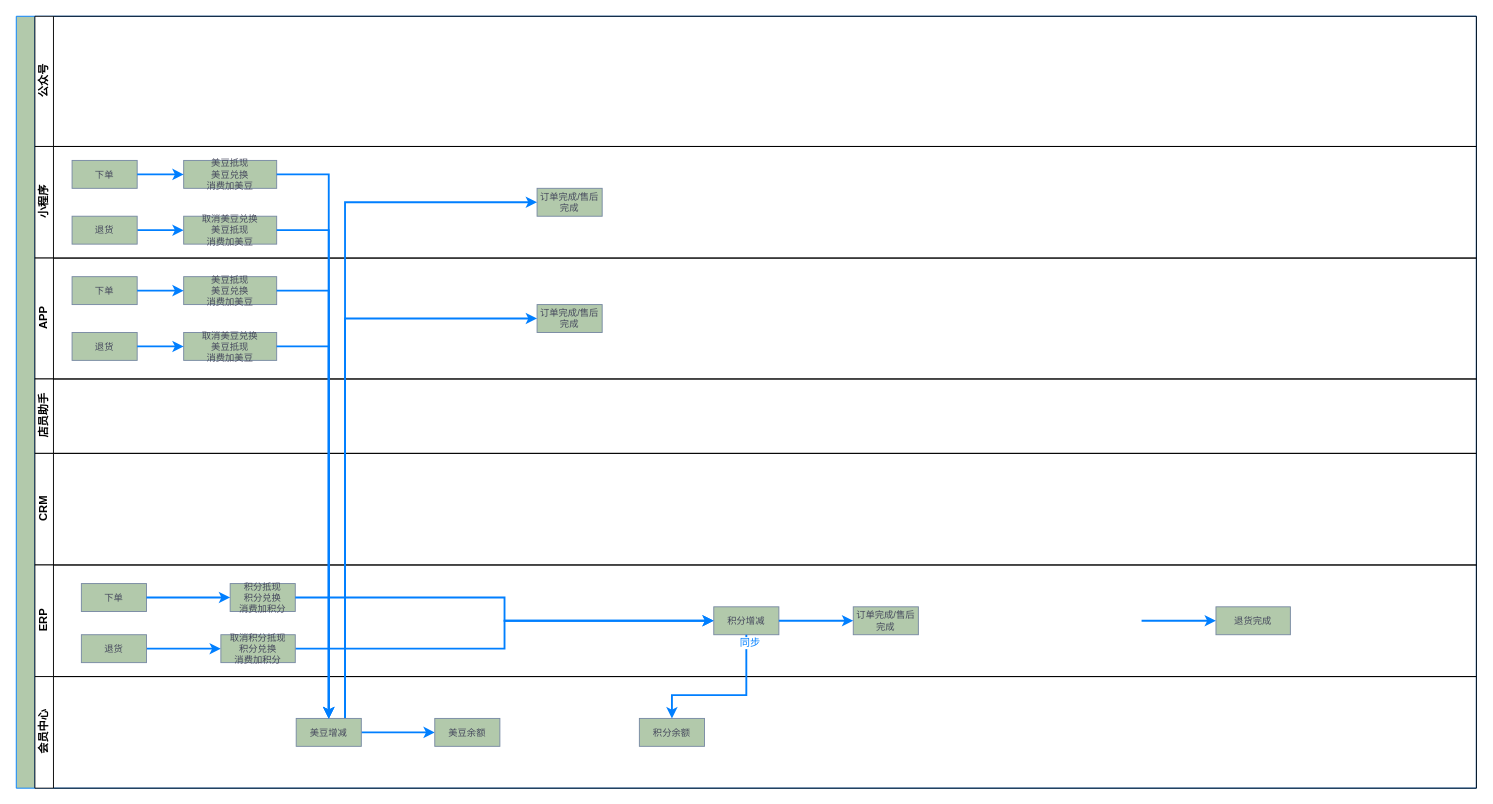
Above: page "Page-4" (4 of 4) of 会员.drawio in JustDoItHilary/HilarysTraining (draw.io), before the change. Source tidied: cells renumbered, new cells numbered last; positions are measured from the earlier drawing's top-left corner, leaving out a move shared by most shapes. Both pictures are drawn from the tidied source at 93%, with x=0, y=0 at pixel (16, 16).
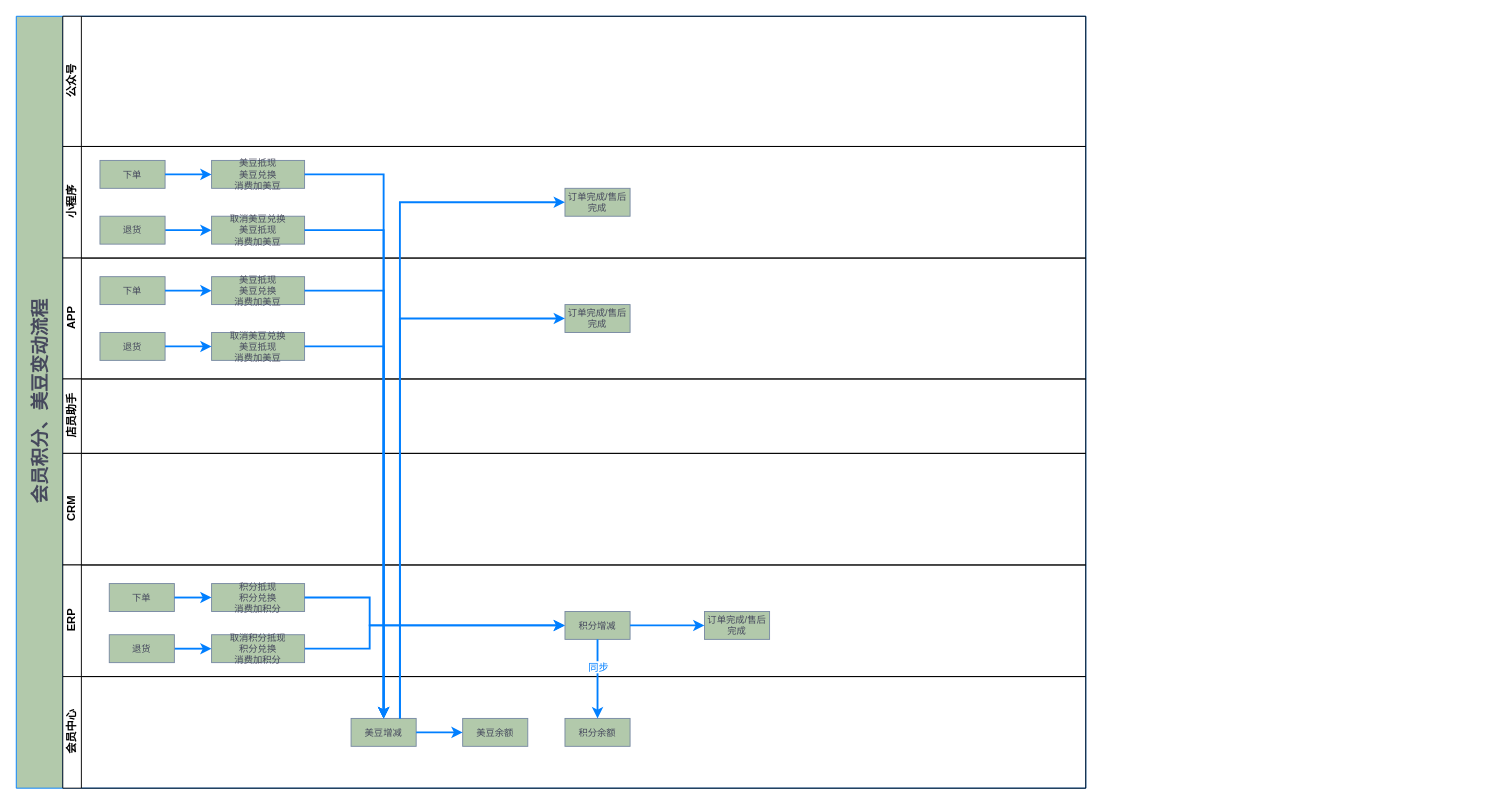
The same page after the edit.

The change refers to these unchanged cells:
```xml
<mxCell id="8" value="&lt;font size=&quot;1&quot;&gt;美豆抵现&lt;br&gt;美豆兑换&lt;br&gt;消费加美豆&lt;br&gt;&lt;/font&gt;" style="rounded=0;whiteSpace=wrap;html=1;strokeColor=#788AA3;fillColor=#B2C9AB;fontColor=#46495D;fontSize=10;" parent="4" vertex="1">
  <mxGeometry x="160" y="15" width="100" height="30" as="geometry" />
</mxCell>
<mxCell id="9" value="&lt;font size=&quot;1&quot;&gt;取消美豆兑换&lt;br&gt;美豆抵现&lt;br&gt;消费加美豆&lt;br&gt;&lt;/font&gt;" style="rounded=0;whiteSpace=wrap;html=1;strokeColor=#788AA3;fillColor=#B2C9AB;fontColor=#46495D;fontSize=10;" parent="4" vertex="1">
  <mxGeometry x="160" y="75" width="100" height="30" as="geometry" />
</mxCell>
<mxCell id="11" value="&lt;font size=&quot;1&quot;&gt;订单完成/售后完成&lt;/font&gt;" style="rounded=0;whiteSpace=wrap;html=1;strokeColor=#788AA3;fillColor=#B2C9AB;fontColor=#46495D;fontSize=10;" parent="4" vertex="1">
  <mxGeometry x="540" y="45" width="70" height="30" as="geometry" />
</mxCell>
<mxCell id="15" value="&lt;font size=&quot;1&quot;&gt;美豆抵现&lt;br&gt;美豆兑换&lt;br&gt;消费加美豆&lt;br&gt;&lt;/font&gt;" style="rounded=0;whiteSpace=wrap;html=1;strokeColor=#788AA3;fillColor=#B2C9AB;fontColor=#46495D;fontSize=10;" parent="12" vertex="1">
  <mxGeometry x="160" y="20" width="100" height="30" as="geometry" />
</mxCell>
<mxCell id="16" value="&lt;font size=&quot;1&quot;&gt;取消美豆兑换&lt;br&gt;美豆抵现&lt;br&gt;消费加美豆&lt;br&gt;&lt;/font&gt;" style="rounded=0;whiteSpace=wrap;html=1;strokeColor=#788AA3;fillColor=#B2C9AB;fontColor=#46495D;fontSize=10;" parent="12" vertex="1">
  <mxGeometry x="160" y="80" width="100" height="30" as="geometry" />
</mxCell>
<mxCell id="19" value="&lt;font size=&quot;1&quot;&gt;订单完成/售后完成&lt;/font&gt;" style="rounded=0;whiteSpace=wrap;html=1;strokeColor=#788AA3;fillColor=#B2C9AB;fontColor=#46495D;fontSize=10;" parent="12" vertex="1">
  <mxGeometry x="540" y="50" width="70" height="30" as="geometry" />
</mxCell>
```

Diff of the diagram source:
```diff
@@
-    <mxCell id="2" style="swimlane;html=1;horizontal=0;startSize=20;rounded=0;fillColor=#B2C9AB;fontColor=#46495D;fontSize=10;align=center;verticalAlign=middle;strokeColor=#007FFF;" parent="1" vertex="1">
-      <mxGeometry width="1570" height="830" as="geometry" />
+    <mxCell id="2" value="&lt;font style=&quot;font-size: 20px&quot;&gt;会员积分、美豆变动流程&lt;/font&gt;" style="swimlane;html=1;horizontal=0;startSize=50;rounded=0;fillColor=#B2C9AB;fontColor=#46495D;fontSize=10;align=center;verticalAlign=middle;strokeColor=#007FFF;" parent="1" vertex="1">
+      <mxGeometry width="1150" height="830" as="geometry" />
     </mxCell>
     <mxCell id="3" value="公众号" style="swimlane;html=1;startSize=20;horizontal=0;" parent="2" vertex="1">
-      <mxGeometry x="20" width="1550" height="140" as="geometry" />
+      <mxGeometry x="50" width="1100" height="140" as="geometry" />
     </mxCell>
     <mxCell id="4" value="小程序" style="swimlane;html=1;startSize=20;horizontal=0;" parent="2" vertex="1">
-      <mxGeometry x="20" y="140" width="1550" height="120" as="geometry" />
+      <mxGeometry x="50" y="140" width="1100" height="120" as="geometry" />
     </mxCell>
@@
     <mxCell id="12" value="APP" style="swimlane;html=1;startSize=20;horizontal=0;" parent="2" vertex="1">
-      <mxGeometry x="20" y="260" width="1550" height="130" as="geometry" />
+      <mxGeometry x="50" y="260" width="1100" height="130" as="geometry" />
     </mxCell>
@@
     <mxCell id="20" value="店员助手" style="swimlane;html=1;startSize=20;horizontal=0;" parent="2" vertex="1">
-      <mxGeometry x="20" y="390" width="1550" height="80" as="geometry" />
+      <mxGeometry x="50" y="390" width="1100" height="80" as="geometry" />
     </mxCell>
     <mxCell id="21" value="CRM" style="swimlane;html=1;startSize=20;horizontal=0;" parent="2" vertex="1">
-      <mxGeometry x="20" y="470" width="1550" height="120" as="geometry" />
+      <mxGeometry x="50" y="470" width="1100" height="120" as="geometry" />
     </mxCell>
     <mxCell id="22" value="ERP" style="swimlane;html=1;startSize=20;horizontal=0;" parent="2" vertex="1">
-      <mxGeometry x="20" y="590" width="1550" height="120" as="geometry" />
+      <mxGeometry x="50" y="590" width="1100" height="120" as="geometry" />
     </mxCell>
@@
-    <mxCell id="26" value="&lt;font size=&quot;1&quot;&gt;退货完成&lt;br&gt;&lt;/font&gt;" style="rounded=0;whiteSpace=wrap;html=1;strokeColor=#788AA3;fillColor=#B2C9AB;fontColor=#46495D;fontSize=10;" parent="22" vertex="1">
-      <mxGeometry x="1270" y="45" width="80" height="30" as="geometry" />
-    </mxCell>
     <mxCell id="27" value="&lt;font size=&quot;1&quot;&gt;积分抵现&lt;br&gt;积分兑换&lt;br&gt;消费加积分&lt;br&gt;&lt;/font&gt;" style="rounded=0;whiteSpace=wrap;html=1;strokeColor=#788AA3;fillColor=#B2C9AB;fontColor=#46495D;fontSize=10;" parent="22" vertex="1">
-      <mxGeometry x="210" y="20" width="70" height="30" as="geometry" />
+      <mxGeometry x="160" y="20" width="100" height="30" as="geometry" />
     </mxCell>
@@
     <mxCell id="29" style="edgeStyle=orthogonalEdgeStyle;rounded=0;jettySize=auto;html=1;exitX=1;exitY=0.5;exitDx=0;exitDy=0;entryX=0;entryY=0.5;entryDx=0;entryDy=0;strokeColor=#007FFF;strokeWidth=2;fontColor=#007FFF;" parent="22" edge="1" source="30" target="31">
-      <mxGeometry relative="1" as="geometry" />
+      <mxGeometry relative="1" as="geometry">
+        <Array as="points">
+          <mxPoint x="330" y="90" />
+          <mxPoint x="330" y="65" />
+        </Array>
+      </mxGeometry>
     </mxCell>
     <mxCell id="30" value="&lt;font size=&quot;1&quot;&gt;取消积分抵现&lt;br&gt;积分兑换&lt;br&gt;消费加积分&lt;br&gt;&lt;/font&gt;" style="rounded=0;whiteSpace=wrap;html=1;strokeColor=#788AA3;fillColor=#B2C9AB;fontColor=#46495D;fontSize=10;" parent="22" vertex="1">
-      <mxGeometry x="200" y="75" width="80" height="30" as="geometry" />
+      <mxGeometry x="160" y="75" width="100" height="30" as="geometry" />
     </mxCell>
     <mxCell id="31" value="&lt;font size=&quot;1&quot;&gt;积分增减&lt;/font&gt;" style="rounded=0;whiteSpace=wrap;html=1;strokeColor=#788AA3;fillColor=#B2C9AB;fontColor=#46495D;fontSize=10;" parent="22" vertex="1">
-      <mxGeometry x="730" y="45" width="70" height="30" as="geometry" />
+      <mxGeometry x="540" y="50" width="70" height="30" as="geometry" />
     </mxCell>
     <mxCell id="32" style="edgeStyle=orthogonalEdgeStyle;rounded=0;jettySize=auto;html=1;strokeColor=#007FFF;strokeWidth=2;fontColor=#007FFF;" parent="22" edge="1" source="27" target="31">
-      <mxGeometry relative="1" as="geometry" />
+      <mxGeometry relative="1" as="geometry">
+        <Array as="points">
+          <mxPoint x="330" y="35" />
+          <mxPoint x="330" y="65" />
+        </Array>
+      </mxGeometry>
     </mxCell>
     <mxCell id="33" value="&lt;font size=&quot;1&quot;&gt;订单完成/售后完成&lt;/font&gt;" style="rounded=0;whiteSpace=wrap;html=1;strokeColor=#788AA3;fillColor=#B2C9AB;fontColor=#46495D;fontSize=10;" parent="22" vertex="1">
-      <mxGeometry x="880" y="45" width="70" height="30" as="geometry" />
+      <mxGeometry x="690" y="50" width="70" height="30" as="geometry" />
     </mxCell>
@@
     <mxCell id="35" value="会员中心" style="swimlane;html=1;startSize=20;horizontal=0;" parent="2" vertex="1">
-      <mxGeometry x="20" y="710" width="1550" height="120" as="geometry" />
+      <mxGeometry x="50" y="710" width="1100" height="120" as="geometry" />
     </mxCell>
     <mxCell id="36" value="&lt;font size=&quot;1&quot;&gt;积分余额&lt;/font&gt;" style="rounded=0;whiteSpace=wrap;html=1;strokeColor=#788AA3;fillColor=#B2C9AB;fontColor=#46495D;fontSize=10;" parent="35" vertex="1">
-      <mxGeometry x="650" y="45" width="70" height="30" as="geometry" />
+      <mxGeometry x="540" y="45" width="70" height="30" as="geometry" />
     </mxCell>
+    <mxCell id="44" value="美豆余额" style="rounded=0;whiteSpace=wrap;html=1;strokeColor=#788AA3;fillColor=#B2C9AB;fontColor=#46495D;fontSize=10;" parent="35" vertex="1">
+      <mxGeometry x="430" y="45" width="70" height="30" as="geometry" />
+    </mxCell>
+    <mxCell id="42" value="美豆增减" style="rounded=0;whiteSpace=wrap;html=1;strokeColor=#788AA3;fillColor=#B2C9AB;fontColor=#46495D;fontSize=10;" parent="35" vertex="1">
+      <mxGeometry x="310" y="45" width="70" height="30" as="geometry" />
+    </mxCell>
+    <mxCell id="39" style="edgeStyle=orthogonalEdgeStyle;rounded=0;jettySize=auto;html=1;strokeColor=#007FFF;strokeWidth=2;fontColor=#007FFF;" parent="35" edge="1" source="42" target="44">
+      <mxGeometry relative="1" as="geometry" />
+    </mxCell>
     <mxCell id="37" style="edgeStyle=orthogonalEdgeStyle;rounded=0;jettySize=auto;html=1;exitX=0.5;exitY=1;exitDx=0;exitDy=0;entryX=0.5;entryY=0;entryDx=0;entryDy=0;strokeColor=#007FFF;strokeWidth=2;fontColor=#007FFF;" parent="2" edge="1" source="31" target="36">
       <mxGeometry relative="1" as="geometry">
         <Array as="points">
-          <mxPoint x="785" y="730" />
-          <mxPoint x="705" y="730" />
+          <mxPoint x="625" y="710" />
+          <mxPoint x="625" y="710" />
         </Array>
       </mxGeometry>
     </mxCell>
     <mxCell id="38" value="同步" style="edgeLabel;html=1;align=center;verticalAlign=middle;fontColor=#007FFF;" parent="37" vertex="1">
-      <mxGeometry x="-0.9" y="3" relative="1" as="geometry" />
+      <mxGeometry x="-0.9" y="3" relative="1" as="geometry">
+        <mxPoint x="-3" y="25" as="offset" />
+      </mxGeometry>
     </mxCell>
-    <mxCell id="39" style="edgeStyle=orthogonalEdgeStyle;rounded=0;jettySize=auto;html=1;strokeColor=#007FFF;strokeWidth=2;fontColor=#007FFF;" parent="1" edge="1" source="42" target="44">
-      <mxGeometry relative="1" as="geometry" />
-    </mxCell>
-    <mxCell id="40" style="edgeStyle=orthogonalEdgeStyle;rounded=0;jettySize=auto;html=1;exitX=0.75;exitY=0;exitDx=0;exitDy=0;entryX=0;entryY=0.5;entryDx=0;entryDy=0;strokeColor=#007FFF;strokeWidth=2;fontColor=#007FFF;" parent="1" edge="1" source="42" target="11">
+    <mxCell id="40" style="edgeStyle=orthogonalEdgeStyle;rounded=0;jettySize=auto;html=1;exitX=0.75;exitY=0;exitDx=0;exitDy=0;entryX=0;entryY=0.5;entryDx=0;entryDy=0;strokeColor=#007FFF;strokeWidth=2;fontColor=#007FFF;" parent="2" edge="1" source="42" target="11">
       <mxGeometry relative="1" as="geometry" />
     </mxCell>
-    <mxCell id="41" style="edgeStyle=orthogonalEdgeStyle;rounded=0;jettySize=auto;html=1;exitX=0.75;exitY=0;exitDx=0;exitDy=0;entryX=0;entryY=0.5;entryDx=0;entryDy=0;strokeColor=#007FFF;strokeWidth=2;fontColor=#007FFF;" parent="1" edge="1" source="42" target="19">
-      <mxGeometry relative="1" as="geometry" />
-    </mxCell>
-    <mxCell id="42" value="美豆增减" style="rounded=0;whiteSpace=wrap;html=1;strokeColor=#788AA3;fillColor=#B2C9AB;fontColor=#46495D;fontSize=10;" parent="1" vertex="1">
-      <mxGeometry x="301" y="755" width="70" height="30" as="geometry" />
-    </mxCell>
-    <mxCell id="43" style="edgeStyle=orthogonalEdgeStyle;rounded=0;orthogonalLoop=1;jettySize=auto;html=1;strokeColor=#007FFF;strokeWidth=2;fontColor=#007FFF;" parent="1" edge="1">
-      <mxGeometry relative="1" as="geometry">
-        <mxPoint x="1210" y="650" as="sourcePoint" />
-        <mxPoint x="1290" y="650" as="targetPoint" />
-      </mxGeometry>
-    </mxCell>
-    <mxCell id="44" value="美豆余额" style="rounded=0;whiteSpace=wrap;html=1;strokeColor=#788AA3;fillColor=#B2C9AB;fontColor=#46495D;fontSize=10;" parent="1" vertex="1">
-      <mxGeometry x="450" y="755" width="70" height="30" as="geometry" />
-    </mxCell>
-    <mxCell id="45" style="edgeStyle=orthogonalEdgeStyle;rounded=0;jettySize=auto;html=1;exitX=1;exitY=0.5;exitDx=0;exitDy=0;strokeColor=#007FFF;strokeWidth=2;fontColor=#007FFF;entryX=0.5;entryY=0;entryDx=0;entryDy=0;" parent="1" edge="1" source="8" target="42">
-      <mxGeometry relative="1" as="geometry" />
-    </mxCell>
-    <mxCell id="46" style="edgeStyle=orthogonalEdgeStyle;rounded=0;jettySize=auto;html=1;exitX=1;exitY=0.5;exitDx=0;exitDy=0;strokeColor=#007FFF;strokeWidth=2;fontColor=#007FFF;entryX=0.5;entryY=0;entryDx=0;entryDy=0;" parent="1" edge="1" source="9" target="42">
+    <mxCell id="46" style="edgeStyle=orthogonalEdgeStyle;rounded=0;jettySize=auto;html=1;exitX=1;exitY=0.5;exitDx=0;exitDy=0;strokeColor=#007FFF;strokeWidth=2;fontColor=#007FFF;entryX=0.5;entryY=0;entryDx=0;entryDy=0;" parent="2" edge="1" source="9" target="42">
       <mxGeometry relative="1" as="geometry" />
     </mxCell>
-    <mxCell id="47" style="edgeStyle=orthogonalEdgeStyle;rounded=0;jettySize=auto;html=1;exitX=1;exitY=0.5;exitDx=0;exitDy=0;entryX=0.5;entryY=0;entryDx=0;entryDy=0;strokeColor=#007FFF;strokeWidth=2;fontColor=#007FFF;" parent="1" edge="1" source="15" target="42">
+    <mxCell id="47" style="edgeStyle=orthogonalEdgeStyle;rounded=0;jettySize=auto;html=1;exitX=1;exitY=0.5;exitDx=0;exitDy=0;entryX=0.5;entryY=0;entryDx=0;entryDy=0;strokeColor=#007FFF;strokeWidth=2;fontColor=#007FFF;" parent="2" edge="1" source="15" target="42">
       <mxGeometry relative="1" as="geometry" />
     </mxCell>
-    <mxCell id="48" style="edgeStyle=orthogonalEdgeStyle;rounded=0;jettySize=auto;html=1;exitX=1;exitY=0.5;exitDx=0;exitDy=0;strokeColor=#007FFF;strokeWidth=2;fontColor=#007FFF;entryX=0.5;entryY=0;entryDx=0;entryDy=0;" parent="1" edge="1" source="16" target="42">
+    <mxCell id="48" style="edgeStyle=orthogonalEdgeStyle;rounded=0;jettySize=auto;html=1;exitX=1;exitY=0.5;exitDx=0;exitDy=0;strokeColor=#007FFF;strokeWidth=2;fontColor=#007FFF;entryX=0.5;entryY=0;entryDx=0;entryDy=0;" parent="2" edge="1" source="16" target="42">
       <mxGeometry relative="1" as="geometry" />
     </mxCell>
+    <mxCell id="45" style="edgeStyle=orthogonalEdgeStyle;rounded=0;jettySize=auto;html=1;exitX=1;exitY=0.5;exitDx=0;exitDy=0;strokeColor=#007FFF;strokeWidth=2;fontColor=#007FFF;entryX=0.5;entryY=0;entryDx=0;entryDy=0;" parent="2" edge="1" source="8" target="42">
+      <mxGeometry relative="1" as="geometry" />
+    </mxCell>
+    <mxCell id="41" style="edgeStyle=orthogonalEdgeStyle;rounded=0;jettySize=auto;html=1;exitX=0.75;exitY=0;exitDx=0;exitDy=0;entryX=0;entryY=0.5;entryDx=0;entryDy=0;strokeColor=#007FFF;strokeWidth=2;fontColor=#007FFF;" parent="2" edge="1" source="42" target="19">
+      <mxGeometry relative="1" as="geometry" />
+    </mxCell>
```
